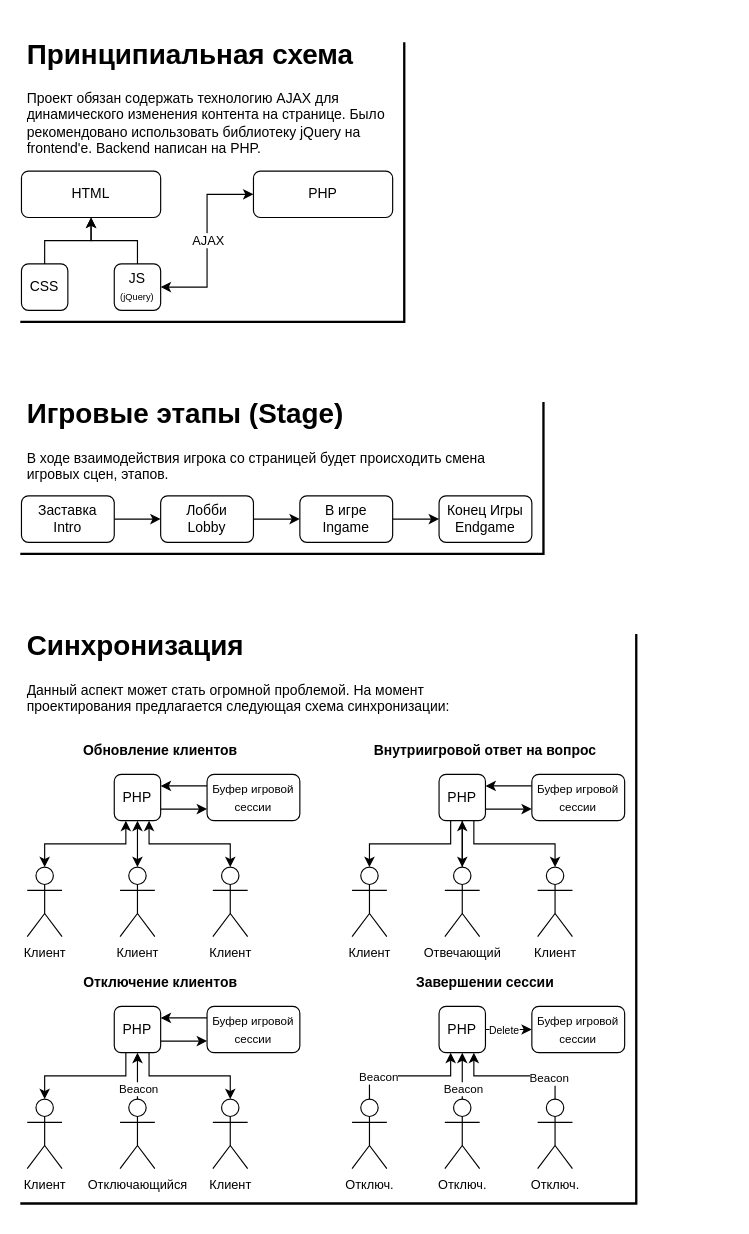
Lucors/si_sgu342 keeps this draw.io diagram as scheme.drawio. Above is the earlier version. Source tidied: cells renumbered, new cells numbered last; positions are measured from the earlier drawing's top-left corner, leaving out a move shared by most shapes. Both pictures are drawn from the tidied source at 116%, with x=0, y=0 at pixel (21, 31).
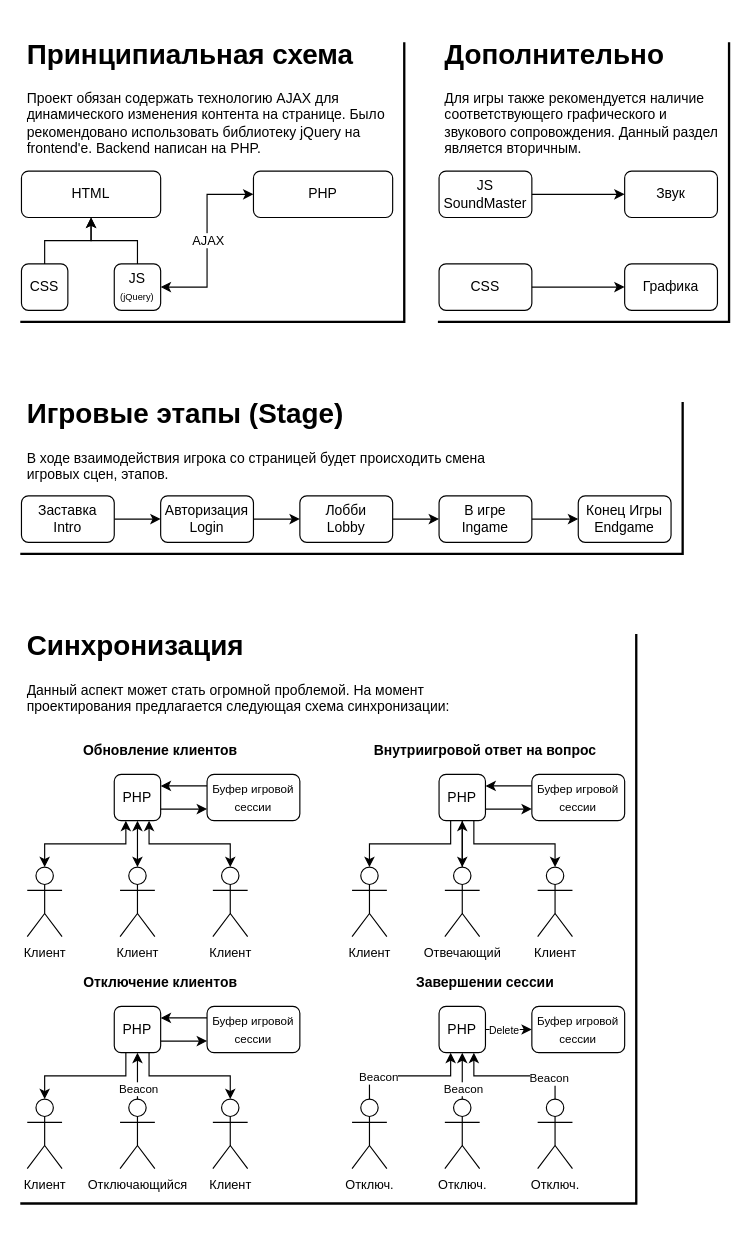
Above is the later version.

The change refers to these unchanged cells:
```xml
<mxCell id="14" value="&lt;font style=&quot;font-size: 12px&quot;&gt;Заставка&lt;br&gt;Intro&lt;/font&gt;" style="rounded=1;whiteSpace=wrap;html=1;align=center;" parent="1" vertex="1">
  <mxGeometry y="400" width="80" height="40" as="geometry" />
</mxCell>
```

The edit, as a diff of the source:
```diff
@@
-    <mxCell id="13" style="edgeStyle=orthogonalEdgeStyle;rounded=0;jettySize=auto;html=1;exitX=1;exitY=0.5;exitDx=0;exitDy=0;entryX=0;entryY=0.5;entryDx=0;entryDy=0;startArrow=none;startFill=0;" parent="1" edge="1" source="14" target="16">
-      <mxGeometry relative="1" as="geometry" />
-    </mxCell>
+    <mxCell id="76" style="edgeStyle=orthogonalEdgeStyle;rounded=0;jettySize=auto;html=1;exitX=1;exitY=0.5;exitDx=0;exitDy=0;entryX=0;entryY=0.5;entryDx=0;entryDy=0;startArrow=none;startFill=0;strokeWidth=1;fontSize=12;" parent="1" edge="1" source="14" target="86">
+      <mxGeometry relative="1" as="geometry" />
+    </mxCell>
@@
     <mxCell id="16" value="&lt;font style=&quot;font-size: 12px&quot;&gt;Лобби&lt;br&gt;Lobby&lt;/font&gt;" style="rounded=1;whiteSpace=wrap;html=1;align=center;" parent="1" vertex="1">
-      <mxGeometry x="120" y="400" width="80" height="40" as="geometry" />
+      <mxGeometry x="240" y="400" width="80" height="40" as="geometry" />
     </mxCell>
@@
     <mxCell id="18" value="&lt;span&gt;В игре&lt;br&gt;Ingame&lt;br&gt;&lt;/span&gt;" style="rounded=1;whiteSpace=wrap;html=1;align=center;" parent="1" vertex="1">
-      <mxGeometry x="240" y="400" width="80" height="40" as="geometry" />
+      <mxGeometry x="360" y="400" width="80" height="40" as="geometry" />
     </mxCell>
     <mxCell id="19" value="&lt;span&gt;Конец Игры&lt;br&gt;Endgame&lt;br&gt;&lt;/span&gt;" style="rounded=1;whiteSpace=wrap;html=1;align=center;" parent="1" vertex="1">
-      <mxGeometry x="360" y="400" width="80" height="40" as="geometry" />
+      <mxGeometry x="480" y="400" width="80" height="40" as="geometry" />
     </mxCell>
     <mxCell id="20" style="shape=partialRectangle;whiteSpace=wrap;html=1;top=0;left=0;fillColor=none;strokeWidth=2;" parent="1" vertex="1">
-      <mxGeometry y="320" width="450" height="130" as="geometry" />
+      <mxGeometry y="320" width="570" height="130" as="geometry" />
     </mxCell>
@@
+    <mxCell id="77" value="&lt;h1 style=&quot;font-size: 24px&quot;&gt;&lt;font style=&quot;font-size: 24px&quot;&gt;Дополнительно&lt;/font&gt;&lt;/h1&gt;&lt;p&gt;&lt;font style=&quot;font-size: 12px&quot;&gt;Для игры также рекомендуется наличие соответствующего графического и звукового сопровождения. Данный раздел является вторичным.&lt;/font&gt;&lt;/p&gt;" style="text;html=1;strokeColor=none;fillColor=none;spacing=5;spacingTop=-20;whiteSpace=wrap;overflow=hidden;rounded=0;fontSize=10;align=left;" parent="1" vertex="1">
+      <mxGeometry x="360" width="250" height="120" as="geometry" />
+    </mxCell>
+    <mxCell id="78" value="&lt;font style=&quot;font-size: 12px;&quot;&gt;Звук&lt;br style=&quot;font-size: 12px;&quot;&gt;&lt;/font&gt;" style="rounded=1;whiteSpace=wrap;html=1;strokeColor=#000000;strokeWidth=1;fillColor=none;fontSize=12;align=center;" parent="1" vertex="1">
+      <mxGeometry x="520" y="120" width="80" height="40" as="geometry" />
+    </mxCell>
+    <mxCell id="79" value="&lt;font style=&quot;font-size: 12px;&quot;&gt;Графика&lt;/font&gt;" style="rounded=1;whiteSpace=wrap;html=1;strokeColor=#000000;strokeWidth=1;fillColor=none;fontSize=12;align=center;" parent="1" vertex="1">
+      <mxGeometry x="520" y="200" width="80" height="40" as="geometry" />
+    </mxCell>
+    <mxCell id="80" style="edgeStyle=orthogonalEdgeStyle;rounded=0;jettySize=auto;html=1;exitX=1;exitY=0.5;exitDx=0;exitDy=0;entryX=0;entryY=0.5;entryDx=0;entryDy=0;startArrow=none;startFill=0;fontSize=12;strokeWidth=1;" parent="1" edge="1" source="81" target="78">
+      <mxGeometry relative="1" as="geometry" />
+    </mxCell>
+    <mxCell id="81" value="JS&lt;br&gt;SoundMaster" style="rounded=1;whiteSpace=wrap;html=1;strokeColor=#000000;strokeWidth=1;fillColor=none;fontSize=12;align=center;" parent="1" vertex="1">
+      <mxGeometry x="360" y="120" width="80" height="40" as="geometry" />
+    </mxCell>
+    <mxCell id="82" style="edgeStyle=orthogonalEdgeStyle;rounded=0;jettySize=auto;html=1;exitX=1;exitY=0.5;exitDx=0;exitDy=0;entryX=0;entryY=0.5;entryDx=0;entryDy=0;startArrow=none;startFill=0;fontSize=12;strokeWidth=1;" parent="1" edge="1" source="83" target="79">
+      <mxGeometry relative="1" as="geometry" />
+    </mxCell>
+    <mxCell id="83" value="CSS" style="rounded=1;whiteSpace=wrap;html=1;strokeColor=#000000;strokeWidth=1;fillColor=none;fontSize=12;align=center;" parent="1" vertex="1">
+      <mxGeometry x="360" y="200" width="80" height="40" as="geometry" />
+    </mxCell>
+    <mxCell id="84" style="shape=partialRectangle;whiteSpace=wrap;html=1;top=0;left=0;fillColor=none;rounded=0;strokeColor=#000000;strokeWidth=2;fontSize=12;align=center;" parent="1" vertex="1">
+      <mxGeometry x="360" y="10" width="250" height="240" as="geometry" />
+    </mxCell>
+    <mxCell id="85" style="edgeStyle=orthogonalEdgeStyle;rounded=0;jettySize=auto;html=1;exitX=1;exitY=0.5;exitDx=0;exitDy=0;entryX=0;entryY=0.5;entryDx=0;entryDy=0;startArrow=none;startFill=0;strokeWidth=1;fontSize=12;" parent="1" edge="1" source="86" target="16">
+      <mxGeometry relative="1" as="geometry" />
+    </mxCell>
+    <mxCell id="86" value="Авторизация&lt;br&gt;Login" style="rounded=1;whiteSpace=wrap;html=1;align=center;" parent="1" vertex="1">
+      <mxGeometry x="120" y="400" width="80" height="40" as="geometry" />
+    </mxCell>
```
